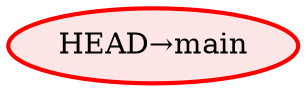
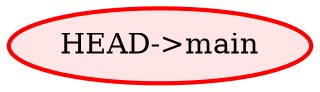
digraph {
	graph [rankdir=RL]
- 	main [label="HEAD→main" color="0.000 1.000 1.000" fillcolor="0.000 0.100 1.000" penwidth=2 style=filled]
+ 	main [label="HEAD->main" color="0.000 1.000 1.000" fillcolor="0.000 0.100 1.000" penwidth=2 style=filled]
}
